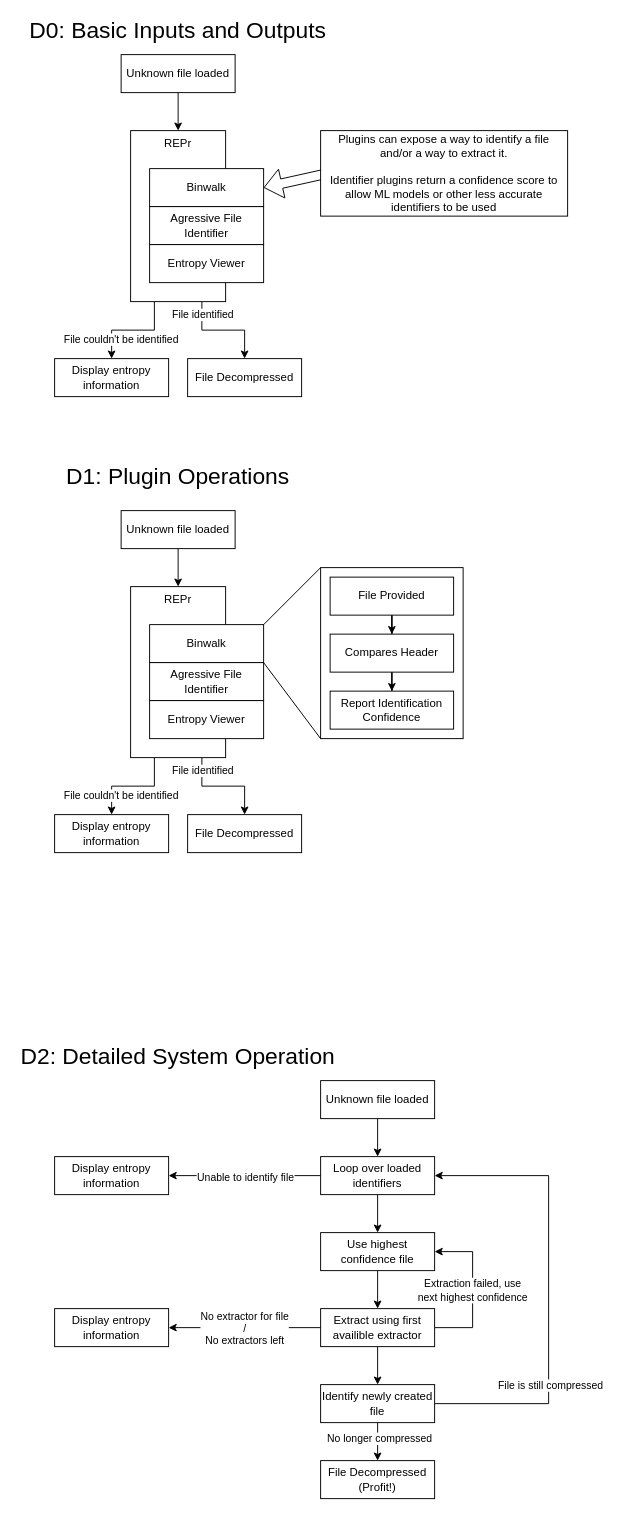
Above: docs/organization/CS 5001 - Assignment 4 - Design Diagrams.drawio in Jacob-Greenberg/re-preprocessor (draw.io), before the change. Source tidied: cells renumbered, new cells numbered last; positions are measured from the earlier drawing's top-left corner, leaving out a move shared by most shapes. Both pictures are drawn from the tidied source at 95%, with x=0, y=0 at pixel (16, 16).
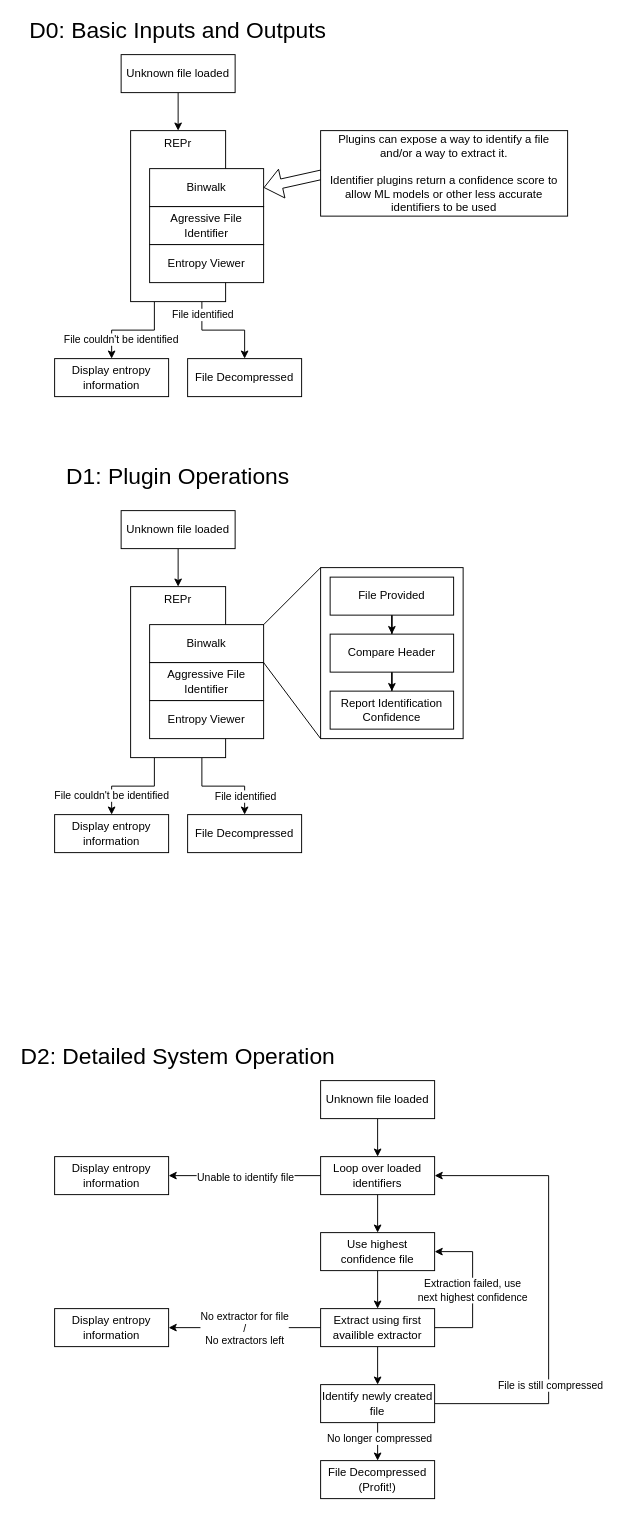
The same page after the edit.

Commit message (it also covers changes not shown here):
fixing a typo/formatting in one of the flowcharts

Unchanged cells that the change refers to:
```xml
<mxCell id="38" style="edgeStyle=orthogonalEdgeStyle;rounded=0;jettySize=auto;html=1;exitX=0.75;exitY=1;exitDx=0;exitDy=0;entryX=0.5;entryY=0;entryDx=0;entryDy=0;" parent="1" edge="1" source="40" target="47">
  <mxGeometry relative="1" as="geometry" />
</mxCell>
<mxCell id="40" value="REPr" style="rounded=0;whiteSpace=wrap;html=1;verticalAlign=top;" parent="1" vertex="1">
  <mxGeometry x="120" y="600" width="100" height="180" as="geometry" />
</mxCell>
<mxCell id="46" value="Display entropy information" style="rounded=0;whiteSpace=wrap;html=1;" parent="1" vertex="1">
  <mxGeometry x="40" y="840" width="120" height="40" as="geometry" />
</mxCell>
```

The edit, as a diff of the source:
```diff
@@
     <mxCell id="37" value="File couldn't be identified" style="edgeStyle=orthogonalEdgeStyle;rounded=0;jettySize=auto;html=1;exitX=0.25;exitY=1;exitDx=0;exitDy=0;entryX=0.5;entryY=0;entryDx=0;entryDy=0;" parent="1" edge="1" source="40" target="46">
-      <mxGeometry x="0.62" y="10" relative="1" as="geometry" />
+      <mxGeometry x="0.62" relative="1" as="geometry" />
     </mxCell>
@@
     <mxCell id="39" value="File identified" style="edgeLabel;html=1;align=center;verticalAlign=middle;" parent="38" vertex="1">
-      <mxGeometry x="-0.75" relative="1" as="geometry" />
+      <mxGeometry x="-0.75" relative="1" as="geometry">
+        <mxPoint x="45" y="27" as="offset" />
+      </mxGeometry>
     </mxCell>
@@
-    <mxCell id="42" value="Agressive File Identifier" style="rounded=0;whiteSpace=wrap;html=1;" parent="1" vertex="1">
+    <mxCell id="42" value="Aggressive File Identifier" style="rounded=0;whiteSpace=wrap;html=1;" parent="1" vertex="1">
       <mxGeometry x="140" y="680" width="120" height="40" as="geometry" />
     </mxCell>
@@
-    <mxCell id="54" value="Compares Header" style="rounded=0;whiteSpace=wrap;html=1;" parent="1" vertex="1">
+    <mxCell id="54" value="Compare Header" style="rounded=0;whiteSpace=wrap;html=1;" parent="1" vertex="1">
       <mxGeometry x="330" y="650" width="130" height="40" as="geometry" />
     </mxCell>
```
